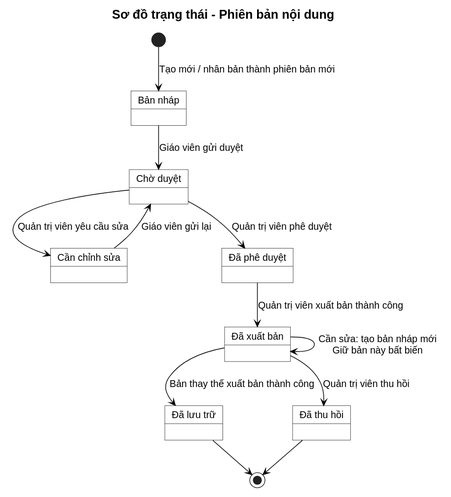
PhamNguyenThanhTung/lingora-workspace keeps this PlantUML diagram as docs/modeling/current-target/rendered/STA-03-content-revision-lifecycle.svg. Above is the earlier version.
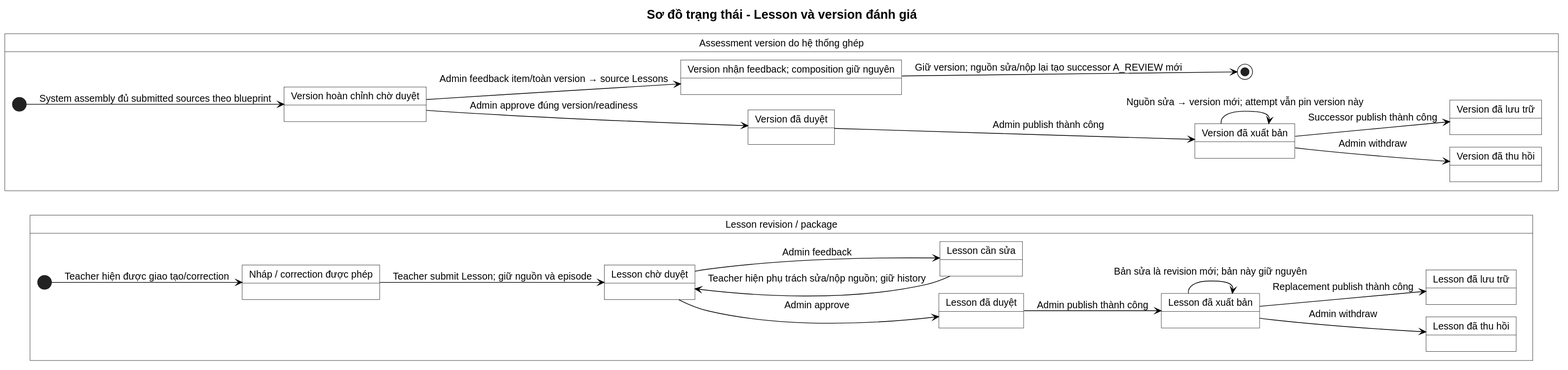
Later version of the same file.

What changed in the source:
```diff
@@ -1,23 +1,39 @@
 @startuml
 !include ../style.puml
-title Sơ đồ trạng thái - Phiên bản nội dung
-top to bottom direction
-state "Bản nháp" as DRAFT
-state "Chờ duyệt" as IN_REVIEW
-state "Cần chỉnh sửa" as CHANGES_REQUESTED
-state "Đã phê duyệt" as APPROVED
-state "Đã xuất bản" as PUBLISHED
-state "Đã lưu trữ" as ARCHIVED
-state "Đã thu hồi" as WITHDRAWN
-[*] --> DRAFT : Tạo mới / nhân bản thành phiên bản mới
-DRAFT --> IN_REVIEW : Giáo viên gửi duyệt
-IN_REVIEW --> CHANGES_REQUESTED : Quản trị viên yêu cầu sửa
-CHANGES_REQUESTED --> IN_REVIEW : Giáo viên gửi lại
-IN_REVIEW --> APPROVED : Quản trị viên phê duyệt
-APPROVED --> PUBLISHED : Quản trị viên xuất bản thành công
-PUBLISHED --> PUBLISHED : Cần sửa: tạo bản nháp mới\nGiữ bản này bất biến
-PUBLISHED --> ARCHIVED : Bản thay thế xuất bản thành công
-PUBLISHED --> WITHDRAWN : Quản trị viên thu hồi
-ARCHIVED --> [*]
-WITHDRAWN --> [*]
+title Sơ đồ trạng thái - Lesson và version đánh giá
+left to right direction
+state "Lesson revision / package" as LessonFlow {
+  state "Nháp / correction được phép" as L_DRAFT
+  state "Lesson chờ duyệt" as L_REVIEW
+  state "Lesson cần sửa" as L_CHANGES
+  state "Lesson đã duyệt" as L_APPROVED
+  state "Lesson đã xuất bản" as L_PUBLISHED
+  state "Lesson đã lưu trữ" as L_ARCHIVED
+  state "Lesson đã thu hồi" as L_WITHDRAWN
+  [*] --> L_DRAFT : Teacher hiện được giao tạo/correction
+  L_DRAFT --> L_REVIEW : Teacher submit Lesson; giữ nguồn và episode
+  L_REVIEW --> L_CHANGES : Admin feedback
+  L_CHANGES --> L_REVIEW : Teacher hiện phụ trách sửa/nộp nguồn; giữ history
+  L_REVIEW --> L_APPROVED : Admin approve
+  L_APPROVED --> L_PUBLISHED : Admin publish thành công
+  L_PUBLISHED --> L_PUBLISHED : Bản sửa là revision mới; bản này giữ nguyên
+  L_PUBLISHED --> L_ARCHIVED : Replacement publish thành công
+  L_PUBLISHED --> L_WITHDRAWN : Admin withdraw
+}
+state "Assessment version do hệ thống ghép" as AssessmentFlow {
+  state "Version hoàn chỉnh chờ duyệt" as A_REVIEW
+  state "Version nhận feedback; composition giữ nguyên" as A_CHANGES
+  state "Version đã duyệt" as A_APPROVED
+  state "Version đã xuất bản" as A_PUBLISHED
+  state "Version đã lưu trữ" as A_ARCHIVED
+  state "Version đã thu hồi" as A_WITHDRAWN
+  [*] --> A_REVIEW : System assembly đủ submitted sources theo blueprint
+  A_REVIEW --> A_CHANGES : Admin feedback item/toàn version → source Lessons
+  A_CHANGES --> [*] : Giữ version; nguồn sửa/nộp lại tạo successor A_REVIEW mới
+  A_REVIEW --> A_APPROVED : Admin approve đúng version/readiness
+  A_APPROVED --> A_PUBLISHED : Admin publish thành công
+  A_PUBLISHED --> A_PUBLISHED : Nguồn sửa → version mới; attempt vẫn pin version này
+  A_PUBLISHED --> A_ARCHIVED : Successor publish thành công
+  A_PUBLISHED --> A_WITHDRAWN : Admin withdraw
+}
 @enduml
```
